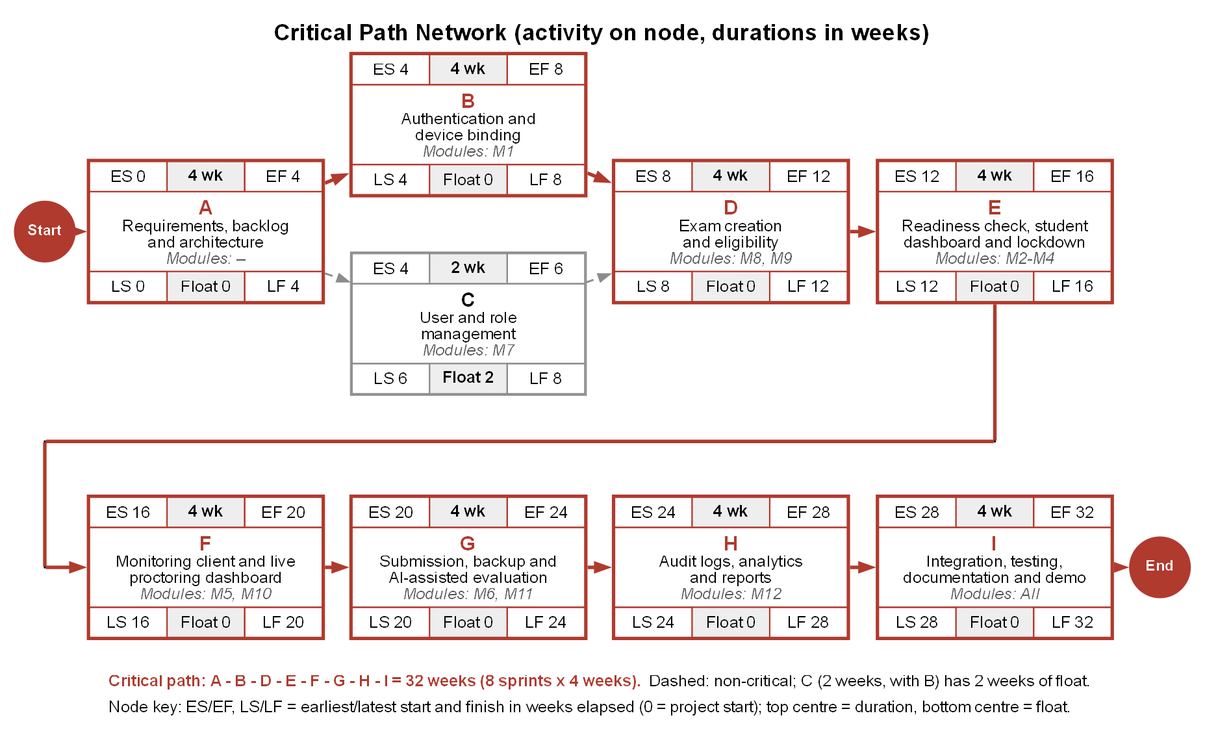
Above: important docs/fyp_doc_3chatp/Figures/critical_path.png in Haiderali27-hub/AI-Lab-Monitoring- (Graphviz), before the change. Its source is kept beside it as important docs/fyp_doc_3chatp/Figures/src/critical_path.dot.
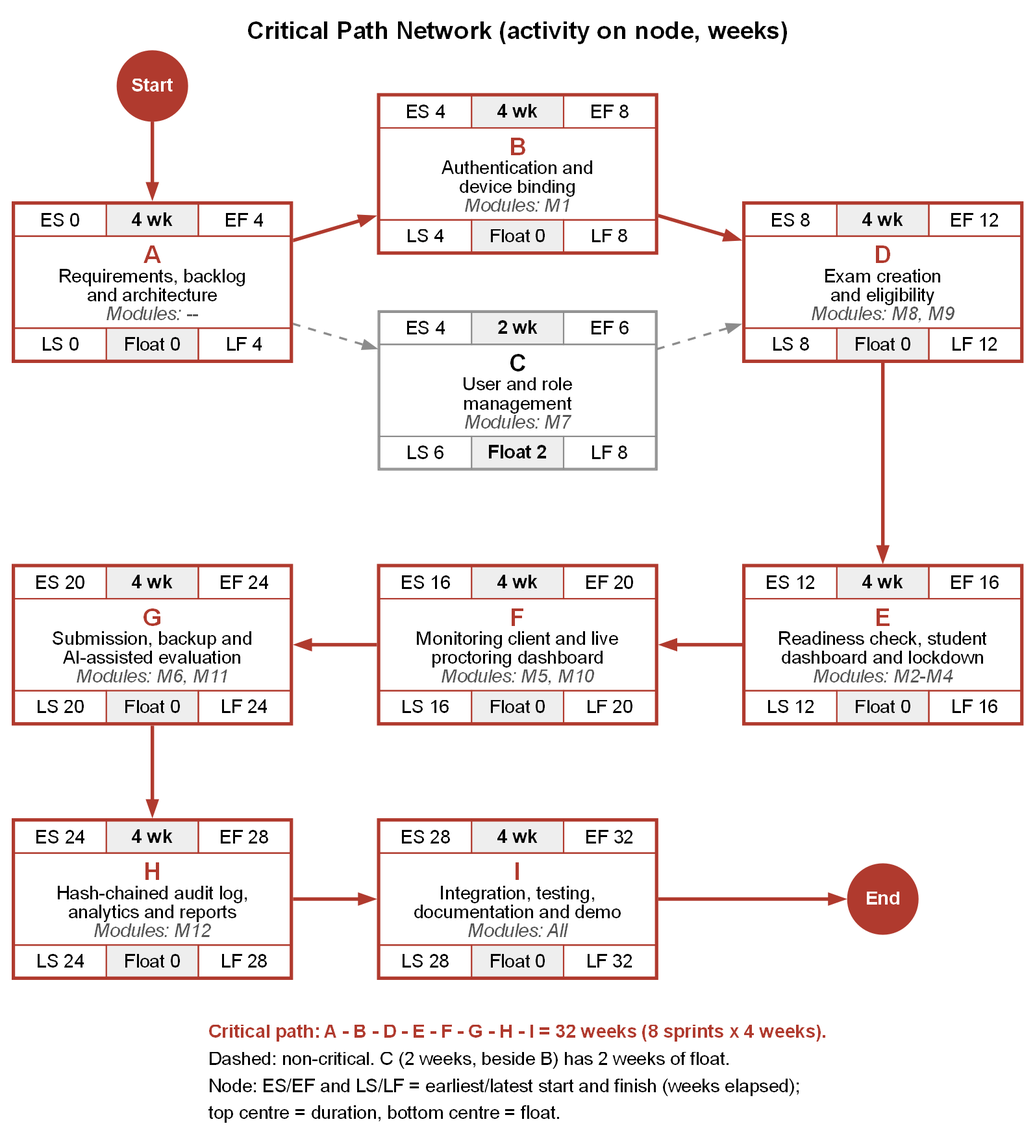
After the commit.

The edit, as a diff of the source:
```diff
@@ -1,35 +1,29 @@
 digraph CPM {
-  graph [splines=line, outputorder=edgesfirst, bgcolor=white, dpi=150, pad=0.15,
-         fontname="Arial", fontsize=17, labelloc=t, label=<<B>Critical Path Network (activity on node, durations in weeks)</B>>];
-  node  [fontname="Arial", fontsize=12, shape=plain];
-  edge  [arrowsize=0.8];
-  A [pos="148,288", label=<<TABLE BORDER="2" COLOR="#B03A2E" CELLBORDER="1" CELLSPACING="0" CELLPADDING="3" BGCOLOR="white"><TR><TD WIDTH="57">ES 0</TD><TD WIDTH="57" BGCOLOR="#EEEEEE"><B>4 wk</B></TD><TD WIDTH="57">EF 4</TD></TR><TR><TD COLSPAN="3" WIDTH="172"><FONT POINT-SIZE="15"><FONT COLOR="#B03A2E"><B>A</B></FONT></FONT><BR/>Requirements, backlog<BR/>and architecture<BR/><FONT COLOR="#555555"><I>Modules: --</I></FONT></TD></TR><TR><TD>LS 0</TD><TD BGCOLOR="#EEEEEE">Float 0</TD><TD>LF 4</TD></TR></TABLE>>];
-  B [pos="342,367", label=<<TABLE BORDER="2" COLOR="#B03A2E" CELLBORDER="1" CELLSPACING="0" CELLPADDING="3" BGCOLOR="white"><TR><TD WIDTH="57">ES 4</TD><TD WIDTH="57" BGCOLOR="#EEEEEE"><B>4 wk</B></TD><TD WIDTH="57">EF 8</TD></TR><TR><TD COLSPAN="3" WIDTH="172"><FONT POINT-SIZE="15"><FONT COLOR="#B03A2E"><B>B</B></FONT></FONT><BR/>Authentication and<BR/>device binding<BR/><FONT COLOR="#555555"><I>Modules: M1</I></FONT></TD></TR><TR><TD>LS 4</TD><TD BGCOLOR="#EEEEEE">Float 0</TD><TD>LF 8</TD></TR></TABLE>>];
-  C [pos="342,220", label=<<TABLE BORDER="1" COLOR="#8C8C8C" CELLBORDER="1" CELLSPACING="0" CELLPADDING="3" BGCOLOR="white"><TR><TD WIDTH="57">ES 4</TD><TD WIDTH="57" BGCOLOR="#EEEEEE"><B>2 wk</B></TD><TD WIDTH="57">EF 6</TD></TR><TR><TD COLSPAN="3" WIDTH="172"><FONT POINT-SIZE="15"><B>C</B></FONT><BR/>User and role<BR/>management<BR/><FONT COLOR="#555555"><I>Modules: M7</I></FONT></TD></TR><TR><TD>LS 6</TD><TD BGCOLOR="#EEEEEE"><B>Float 2</B></TD><TD>LF 8</TD></TR></TABLE>>];
-  D [pos="536,288", label=<<TABLE BORDER="2" COLOR="#B03A2E" CELLBORDER="1" CELLSPACING="0" CELLPADDING="3" BGCOLOR="white"><TR><TD WIDTH="57">ES 8</TD><TD WIDTH="57" BGCOLOR="#EEEEEE"><B>4 wk</B></TD><TD WIDTH="57">EF 12</TD></TR><TR><TD COLSPAN="3" WIDTH="172"><FONT POINT-SIZE="15"><FONT COLOR="#B03A2E"><B>D</B></FONT></FONT><BR/>Exam creation<BR/>and eligibility<BR/><FONT COLOR="#555555"><I>Modules: M8, M9</I></FONT></TD></TR><TR><TD>LS 8</TD><TD BGCOLOR="#EEEEEE">Float 0</TD><TD>LF 12</TD></TR></TABLE>>];
-  E [pos="731,288", label=<<TABLE BORDER="2" COLOR="#B03A2E" CELLBORDER="1" CELLSPACING="0" CELLPADDING="3" BGCOLOR="white"><TR><TD WIDTH="57">ES 12</TD><TD WIDTH="57" BGCOLOR="#EEEEEE"><B>4 wk</B></TD><TD WIDTH="57">EF 16</TD></TR><TR><TD COLSPAN="3" WIDTH="172"><FONT POINT-SIZE="15"><FONT COLOR="#B03A2E"><B>E</B></FONT></FONT><BR/>Readiness check, student<BR/>dashboard and lockdown<BR/><FONT COLOR="#555555"><I>Modules: M2-M4</I></FONT></TD></TR><TR><TD>LS 12</TD><TD BGCOLOR="#EEEEEE">Float 0</TD><TD>LF 16</TD></TR></TABLE>>];
-  F [pos="148,40", label=<<TABLE BORDER="2" COLOR="#B03A2E" CELLBORDER="1" CELLSPACING="0" CELLPADDING="3" BGCOLOR="white"><TR><TD WIDTH="57">ES 16</TD><TD WIDTH="57" BGCOLOR="#EEEEEE"><B>4 wk</B></TD><TD WIDTH="57">EF 20</TD></TR><TR><TD COLSPAN="3" WIDTH="172"><FONT POINT-SIZE="15"><FONT COLOR="#B03A2E"><B>F</B></FONT></FONT><BR/>Monitoring client and live<BR/>proctoring dashboard<BR/><FONT COLOR="#555555"><I>Modules: M5, M10</I></FONT></TD></TR><TR><TD>LS 16</TD><TD BGCOLOR="#EEEEEE">Float 0</TD><TD>LF 20</TD></TR></TABLE>>];
-  G [pos="342,40", label=<<TABLE BORDER="2" COLOR="#B03A2E" CELLBORDER="1" CELLSPACING="0" CELLPADDING="3" BGCOLOR="white"><TR><TD WIDTH="57">ES 20</TD><TD WIDTH="57" BGCOLOR="#EEEEEE"><B>4 wk</B></TD><TD WIDTH="57">EF 24</TD></TR><TR><TD COLSPAN="3" WIDTH="172"><FONT POINT-SIZE="15"><FONT COLOR="#B03A2E"><B>G</B></FONT></FONT><BR/>Submission, backup and<BR/>AI-assisted evaluation<BR/><FONT COLOR="#555555"><I>Modules: M6, M11</I></FONT></TD></TR><TR><TD>LS 20</TD><TD BGCOLOR="#EEEEEE">Float 0</TD><TD>LF 24</TD></TR></TABLE>>];
-  H [pos="536,40", label=<<TABLE BORDER="2" COLOR="#B03A2E" CELLBORDER="1" CELLSPACING="0" CELLPADDING="3" BGCOLOR="white"><TR><TD WIDTH="57">ES 24</TD><TD WIDTH="57" BGCOLOR="#EEEEEE"><B>4 wk</B></TD><TD WIDTH="57">EF 28</TD></TR><TR><TD COLSPAN="3" WIDTH="172"><FONT POINT-SIZE="15"><FONT COLOR="#B03A2E"><B>H</B></FONT></FONT><BR/>Audit logs, analytics<BR/>and reports<BR/><FONT COLOR="#555555"><I>Modules: M12</I></FONT></TD></TR><TR><TD>LS 24</TD><TD BGCOLOR="#EEEEEE">Float 0</TD><TD>LF 28</TD></TR></TABLE>>];
-  I [pos="731,40", label=<<TABLE BORDER="2" COLOR="#B03A2E" CELLBORDER="1" CELLSPACING="0" CELLPADDING="3" BGCOLOR="white"><TR><TD WIDTH="57">ES 28</TD><TD WIDTH="57" BGCOLOR="#EEEEEE"><B>4 wk</B></TD><TD WIDTH="57">EF 32</TD></TR><TR><TD COLSPAN="3" WIDTH="172"><FONT POINT-SIZE="15"><FONT COLOR="#B03A2E"><B>I</B></FONT></FONT><BR/>Integration, testing,<BR/>documentation and demo<BR/><FONT COLOR="#555555"><I>Modules: All</I></FONT></TD></TR><TR><TD>LS 28</TD><TD BGCOLOR="#EEEEEE">Float 0</TD><TD>LF 32</TD></TR></TABLE>>];
-  Start [pos="29,288", shape=circle, width=0.62, fixedsize=true, style=filled, fillcolor="#B03A2E", color="#B03A2E", fontcolor=white, fontsize=11, label=<<B>Start</B>>];
-  End [pos="853,40", shape=circle, width=0.62, fixedsize=true, style=filled, fillcolor="#B03A2E", color="#B03A2E", fontcolor=white, fontsize=11, label=<<B>End</B>>];
+  graph [splines=line, outputorder=edgesfirst, bgcolor=white, dpi=150, pad=0.12,
+         fontname="Arial", fontsize=18, labelloc=t, label=<<B>Critical Path Network (activity on node, weeks)</B>>];
+  node  [fontname="Arial", fontsize=14, shape=plain];
+  edge  [arrowsize=0.9];
+  A [pos="172,538", label=<<TABLE BORDER="2" COLOR="#B03A2E" CELLBORDER="1" CELLSPACING="0" CELLPADDING="3" BGCOLOR="white"><TR><TD WIDTH="68">ES 0</TD><TD WIDTH="68" BGCOLOR="#EEEEEE"><B>4 wk</B></TD><TD WIDTH="68">EF 4</TD></TR><TR><TD COLSPAN="3" WIDTH="204"><FONT POINT-SIZE="18"><FONT COLOR="#B03A2E"><B>A</B></FONT></FONT><BR/>Requirements, backlog<BR/>and architecture<BR/><FONT COLOR="#555555"><I>Modules: --</I></FONT></TD></TR><TR><TD>LS 0</TD><TD BGCOLOR="#EEEEEE">Float 0</TD><TD>LF 4</TD></TR></TABLE>>];
+  B [pos="442,618", label=<<TABLE BORDER="2" COLOR="#B03A2E" CELLBORDER="1" CELLSPACING="0" CELLPADDING="3" BGCOLOR="white"><TR><TD WIDTH="68">ES 4</TD><TD WIDTH="68" BGCOLOR="#EEEEEE"><B>4 wk</B></TD><TD WIDTH="68">EF 8</TD></TR><TR><TD COLSPAN="3" WIDTH="204"><FONT POINT-SIZE="18"><FONT COLOR="#B03A2E"><B>B</B></FONT></FONT><BR/>Authentication and<BR/>device binding<BR/><FONT COLOR="#555555"><I>Modules: M1</I></FONT></TD></TR><TR><TD>LS 4</TD><TD BGCOLOR="#EEEEEE">Float 0</TD><TD>LF 8</TD></TR></TABLE>>];
+  C [pos="442,458", label=<<TABLE BORDER="1" COLOR="#8C8C8C" CELLBORDER="1" CELLSPACING="0" CELLPADDING="3" BGCOLOR="white"><TR><TD WIDTH="68">ES 4</TD><TD WIDTH="68" BGCOLOR="#EEEEEE"><B>2 wk</B></TD><TD WIDTH="68">EF 6</TD></TR><TR><TD COLSPAN="3" WIDTH="204"><FONT POINT-SIZE="18"><B>C</B></FONT><BR/>User and role<BR/>management<BR/><FONT COLOR="#555555"><I>Modules: M7</I></FONT></TD></TR><TR><TD>LS 6</TD><TD BGCOLOR="#EEEEEE"><B>Float 2</B></TD><TD>LF 8</TD></TR></TABLE>>];
+  D [pos="712,538", label=<<TABLE BORDER="2" COLOR="#B03A2E" CELLBORDER="1" CELLSPACING="0" CELLPADDING="3" BGCOLOR="white"><TR><TD WIDTH="68">ES 8</TD><TD WIDTH="68" BGCOLOR="#EEEEEE"><B>4 wk</B></TD><TD WIDTH="68">EF 12</TD></TR><TR><TD COLSPAN="3" WIDTH="204"><FONT POINT-SIZE="18"><FONT COLOR="#B03A2E"><B>D</B></FONT></FONT><BR/>Exam creation<BR/>and eligibility<BR/><FONT COLOR="#555555"><I>Modules: M8, M9</I></FONT></TD></TR><TR><TD>LS 8</TD><TD BGCOLOR="#EEEEEE">Float 0</TD><TD>LF 12</TD></TR></TABLE>>];
+  E [pos="712,270", label=<<TABLE BORDER="2" COLOR="#B03A2E" CELLBORDER="1" CELLSPACING="0" CELLPADDING="3" BGCOLOR="white"><TR><TD WIDTH="68">ES 12</TD><TD WIDTH="68" BGCOLOR="#EEEEEE"><B>4 wk</B></TD><TD WIDTH="68">EF 16</TD></TR><TR><TD COLSPAN="3" WIDTH="204"><FONT POINT-SIZE="18"><FONT COLOR="#B03A2E"><B>E</B></FONT></FONT><BR/>Readiness check, student<BR/>dashboard and lockdown<BR/><FONT COLOR="#555555"><I>Modules: M2-M4</I></FONT></TD></TR><TR><TD>LS 12</TD><TD BGCOLOR="#EEEEEE">Float 0</TD><TD>LF 16</TD></TR></TABLE>>];
+  F [pos="442,270", label=<<TABLE BORDER="2" COLOR="#B03A2E" CELLBORDER="1" CELLSPACING="0" CELLPADDING="3" BGCOLOR="white"><TR><TD WIDTH="68">ES 16</TD><TD WIDTH="68" BGCOLOR="#EEEEEE"><B>4 wk</B></TD><TD WIDTH="68">EF 20</TD></TR><TR><TD COLSPAN="3" WIDTH="204"><FONT POINT-SIZE="18"><FONT COLOR="#B03A2E"><B>F</B></FONT></FONT><BR/>Monitoring client and live<BR/>proctoring dashboard<BR/><FONT COLOR="#555555"><I>Modules: M5, M10</I></FONT></TD></TR><TR><TD>LS 16</TD><TD BGCOLOR="#EEEEEE">Float 0</TD><TD>LF 20</TD></TR></TABLE>>];
+  G [pos="172,270", label=<<TABLE BORDER="2" COLOR="#B03A2E" CELLBORDER="1" CELLSPACING="0" CELLPADDING="3" BGCOLOR="white"><TR><TD WIDTH="68">ES 20</TD><TD WIDTH="68" BGCOLOR="#EEEEEE"><B>4 wk</B></TD><TD WIDTH="68">EF 24</TD></TR><TR><TD COLSPAN="3" WIDTH="204"><FONT POINT-SIZE="18"><FONT COLOR="#B03A2E"><B>G</B></FONT></FONT><BR/>Submission, backup and<BR/>AI-assisted evaluation<BR/><FONT COLOR="#555555"><I>Modules: M6, M11</I></FONT></TD></TR><TR><TD>LS 20</TD><TD BGCOLOR="#EEEEEE">Float 0</TD><TD>LF 24</TD></TR></TABLE>>];
+  H [pos="172,82", label=<<TABLE BORDER="2" COLOR="#B03A2E" CELLBORDER="1" CELLSPACING="0" CELLPADDING="3" BGCOLOR="white"><TR><TD WIDTH="68">ES 24</TD><TD WIDTH="68" BGCOLOR="#EEEEEE"><B>4 wk</B></TD><TD WIDTH="68">EF 28</TD></TR><TR><TD COLSPAN="3" WIDTH="204"><FONT POINT-SIZE="18"><FONT COLOR="#B03A2E"><B>H</B></FONT></FONT><BR/>Hash-chained audit log,<BR/>analytics and reports<BR/><FONT COLOR="#555555"><I>Modules: M12</I></FONT></TD></TR><TR><TD>LS 24</TD><TD BGCOLOR="#EEEEEE">Float 0</TD><TD>LF 28</TD></TR></TABLE>>];
+  I [pos="442,82", label=<<TABLE BORDER="2" COLOR="#B03A2E" CELLBORDER="1" CELLSPACING="0" CELLPADDING="3" BGCOLOR="white"><TR><TD WIDTH="68">ES 28</TD><TD WIDTH="68" BGCOLOR="#EEEEEE"><B>4 wk</B></TD><TD WIDTH="68">EF 32</TD></TR><TR><TD COLSPAN="3" WIDTH="204"><FONT POINT-SIZE="18"><FONT COLOR="#B03A2E"><B>I</B></FONT></FONT><BR/>Integration, testing,<BR/>documentation and demo<BR/><FONT COLOR="#555555"><I>Modules: All</I></FONT></TD></TR><TR><TD>LS 28</TD><TD BGCOLOR="#EEEEEE">Float 0</TD><TD>LF 32</TD></TR></TABLE>>];
+  Start [pos="172,683", shape=circle, width=0.72, fixedsize=true, style=filled, fillcolor="#B03A2E", color="#B03A2E", fontcolor=white, fontsize=14, label=<<B>Start</B>>];
+  End [pos="712,82", shape=circle, width=0.72, fixedsize=true, style=filled, fillcolor="#B03A2E", color="#B03A2E", fontcolor=white, fontsize=14, label=<<B>End</B>>];
   Start -> A [color="#B03A2E", penwidth=2.6];
   A -> B [color="#B03A2E", penwidth=2.6];
-  A -> C [color="#8C8C8C", penwidth=1.4, style=dashed];
+  A -> C [color="#8C8C8C", penwidth=1.6, style=dashed];
   B -> D [color="#B03A2E", penwidth=2.6];
-  C -> D [color="#8C8C8C", penwidth=1.4, style=dashed];
+  C -> D [color="#8C8C8C", penwidth=1.6, style=dashed];
   D -> E [color="#B03A2E", penwidth=2.6];
+  E -> F [color="#B03A2E", penwidth=2.6];
   F -> G [color="#B03A2E", penwidth=2.6];
   G -> H [color="#B03A2E", penwidth=2.6];
   H -> I [color="#B03A2E", penwidth=2.6];
   I -> End [color="#B03A2E", penwidth=2.6];
-  wp0 [pos="731,133", shape=point, width=0.01, label=""];
-  wp1 [pos="29,133", shape=point, width=0.01, label=""];
-  wp2 [pos="29,40", shape=point, width=0.01, label=""];
-  E -> wp0 [color="#B03A2E", penwidth=2.6, arrowhead=none];
-  wp0 -> wp1 [color="#B03A2E", penwidth=2.6, arrowhead=none];
-  wp1 -> wp2 [color="#B03A2E", penwidth=2.6, arrowhead=none];
-  wp2 -> F [color="#B03A2E", penwidth=2.6];
-  legend [pos="439,-54", shape=plain, fontsize=12, label=<<TABLE BORDER="0" CELLSPACING="2" CELLPADDING="1"><TR><TD ALIGN="LEFT"><FONT COLOR="#B03A2E"><B>Critical path: A - B - D - E - F - G - H - I = 32 weeks (8 sprints x 4 weeks).</B></FONT>  Dashed: non-critical; C (2 weeks, with B) has 2 weeks of float.</TD></TR><TR><TD ALIGN="LEFT">Node key: ES/EF, LS/LF = earliest/latest start and finish in weeks elapsed (0 = project start); top centre = duration, bottom centre = float.</TD></TR></TABLE>>];
+  legend [pos="442,-46", shape=plain, fontsize=14, label=<<TABLE BORDER="0" CELLSPACING="2" CELLPADDING="1"><TR><TD ALIGN="LEFT"><FONT COLOR="#B03A2E"><B>Critical path: A - B - D - E - F - G - H - I = 32 weeks (8 sprints x 4 weeks).</B></FONT></TD></TR><TR><TD ALIGN="LEFT">Dashed: non-critical. C (2 weeks, beside B) has 2 weeks of float.</TD></TR><TR><TD ALIGN="LEFT">Node: ES/EF and LS/LF = earliest/latest start and finish (weeks elapsed);</TD></TR><TR><TD ALIGN="LEFT">top centre = duration, bottom centre = float.</TD></TR></TABLE>>];
 }
```
